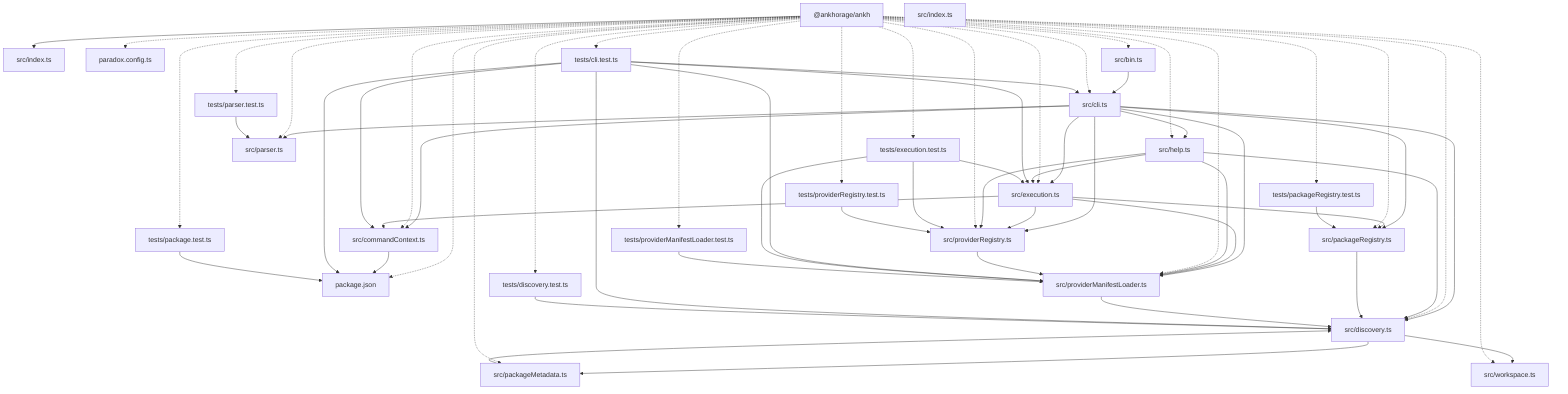
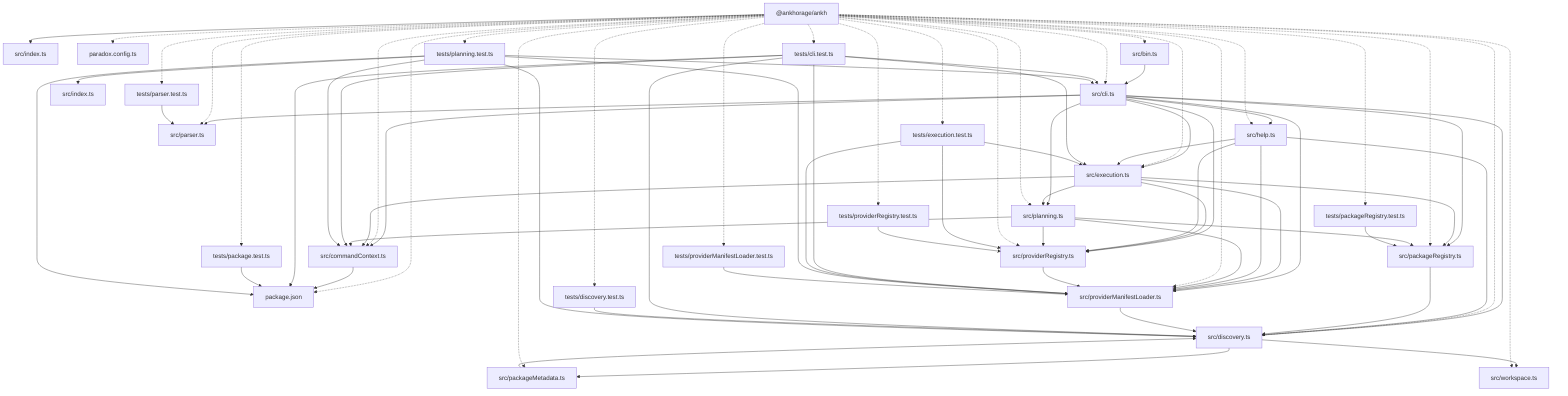
graph TD
  package__ankhorage_ankh["@ankhorage/ankh"]
  entrypoint_src_index_ts["src/index.ts"]
  package__ankhorage_ankh --> entrypoint_src_index_ts
  module_package_json["package.json"]
  package__ankhorage_ankh -.-> module_package_json
  module_paradox_config_ts["paradox.config.ts"]
  package__ankhorage_ankh -.-> module_paradox_config_ts
  module_src_bin_ts["src/bin.ts"]
  package__ankhorage_ankh -.-> module_src_bin_ts
  module_src_bin_ts --> module_src_cli_ts
  module_src_cli_ts["src/cli.ts"]
  package__ankhorage_ankh -.-> module_src_cli_ts
  module_src_cli_ts --> module_src_commandContext_ts
  module_src_cli_ts --> module_src_discovery_ts
  module_src_cli_ts --> module_src_execution_ts
  module_src_cli_ts --> module_src_help_ts
  module_src_cli_ts --> module_src_packageRegistry_ts
  module_src_cli_ts --> module_src_parser_ts
+   module_src_cli_ts --> module_src_planning_ts
  module_src_cli_ts --> module_src_providerManifestLoader_ts
  module_src_cli_ts --> module_src_providerRegistry_ts
  module_src_commandContext_ts["src/commandContext.ts"]
  package__ankhorage_ankh -.-> module_src_commandContext_ts
  module_src_commandContext_ts --> module_package_json
  module_src_discovery_ts["src/discovery.ts"]
  package__ankhorage_ankh -.-> module_src_discovery_ts
  module_src_discovery_ts --> module_src_packageMetadata_ts
  module_src_discovery_ts --> module_src_workspace_ts
  module_src_execution_ts["src/execution.ts"]
  package__ankhorage_ankh -.-> module_src_execution_ts
  module_src_execution_ts --> module_src_commandContext_ts
  module_src_execution_ts --> module_src_packageRegistry_ts
+   module_src_execution_ts --> module_src_planning_ts
  module_src_execution_ts --> module_src_providerManifestLoader_ts
  module_src_execution_ts --> module_src_providerRegistry_ts
  module_src_help_ts["src/help.ts"]
  package__ankhorage_ankh -.-> module_src_help_ts
  module_src_help_ts --> module_src_discovery_ts
  module_src_help_ts --> module_src_execution_ts
  module_src_help_ts --> module_src_providerManifestLoader_ts
  module_src_help_ts --> module_src_providerRegistry_ts
  module_src_index_ts["src/index.ts"]
  module_src_packageMetadata_ts["src/packageMetadata.ts"]
  package__ankhorage_ankh -.-> module_src_packageMetadata_ts
  module_src_packageMetadata_ts --> module_src_discovery_ts
  module_src_packageRegistry_ts["src/packageRegistry.ts"]
  package__ankhorage_ankh -.-> module_src_packageRegistry_ts
  module_src_packageRegistry_ts --> module_src_discovery_ts
  module_src_parser_ts["src/parser.ts"]
  package__ankhorage_ankh -.-> module_src_parser_ts
+   module_src_planning_ts["src/planning.ts"]
+   package__ankhorage_ankh -.-> module_src_planning_ts
+   module_src_planning_ts --> module_src_commandContext_ts
+   module_src_planning_ts --> module_src_packageRegistry_ts
+   module_src_planning_ts --> module_src_providerManifestLoader_ts
+   module_src_planning_ts --> module_src_providerRegistry_ts
  module_src_providerManifestLoader_ts["src/providerManifestLoader.ts"]
  package__ankhorage_ankh -.-> module_src_providerManifestLoader_ts
  module_src_providerManifestLoader_ts --> module_src_discovery_ts
  module_src_providerRegistry_ts["src/providerRegistry.ts"]
  package__ankhorage_ankh -.-> module_src_providerRegistry_ts
  module_src_providerRegistry_ts --> module_src_providerManifestLoader_ts
  module_src_workspace_ts["src/workspace.ts"]
  package__ankhorage_ankh -.-> module_src_workspace_ts
  module_tests_cli_test_ts["tests/cli.test.ts"]
  package__ankhorage_ankh -.-> module_tests_cli_test_ts
  module_tests_cli_test_ts --> module_package_json
  module_tests_cli_test_ts --> module_src_cli_ts
  module_tests_cli_test_ts --> module_src_commandContext_ts
  module_tests_cli_test_ts --> module_src_discovery_ts
  module_tests_cli_test_ts --> module_src_execution_ts
  module_tests_cli_test_ts --> module_src_providerManifestLoader_ts
  module_tests_discovery_test_ts["tests/discovery.test.ts"]
  package__ankhorage_ankh -.-> module_tests_discovery_test_ts
  module_tests_discovery_test_ts --> module_src_discovery_ts
  module_tests_execution_test_ts["tests/execution.test.ts"]
  package__ankhorage_ankh -.-> module_tests_execution_test_ts
  module_tests_execution_test_ts --> module_src_execution_ts
  module_tests_execution_test_ts --> module_src_providerManifestLoader_ts
  module_tests_execution_test_ts --> module_src_providerRegistry_ts
  module_tests_package_test_ts["tests/package.test.ts"]
  package__ankhorage_ankh -.-> module_tests_package_test_ts
  module_tests_package_test_ts --> module_package_json
  module_tests_packageRegistry_test_ts["tests/packageRegistry.test.ts"]
  package__ankhorage_ankh -.-> module_tests_packageRegistry_test_ts
  module_tests_packageRegistry_test_ts --> module_src_packageRegistry_ts
  module_tests_parser_test_ts["tests/parser.test.ts"]
  package__ankhorage_ankh -.-> module_tests_parser_test_ts
  module_tests_parser_test_ts --> module_src_parser_ts
+   module_tests_planning_test_ts["tests/planning.test.ts"]
+   package__ankhorage_ankh -.-> module_tests_planning_test_ts
+   module_tests_planning_test_ts --> module_package_json
+   module_tests_planning_test_ts --> module_src_cli_ts
+   module_tests_planning_test_ts --> module_src_commandContext_ts
+   module_tests_planning_test_ts --> module_src_discovery_ts
+   module_tests_planning_test_ts --> module_src_index_ts
+   module_tests_planning_test_ts --> module_src_providerManifestLoader_ts
  module_tests_providerManifestLoader_test_ts["tests/providerManifestLoader.test.ts"]
  package__ankhorage_ankh -.-> module_tests_providerManifestLoader_test_ts
  module_tests_providerManifestLoader_test_ts --> module_src_providerManifestLoader_ts
  module_tests_providerRegistry_test_ts["tests/providerRegistry.test.ts"]
  package__ankhorage_ankh -.-> module_tests_providerRegistry_test_ts
  module_tests_providerRegistry_test_ts --> module_src_providerRegistry_ts
